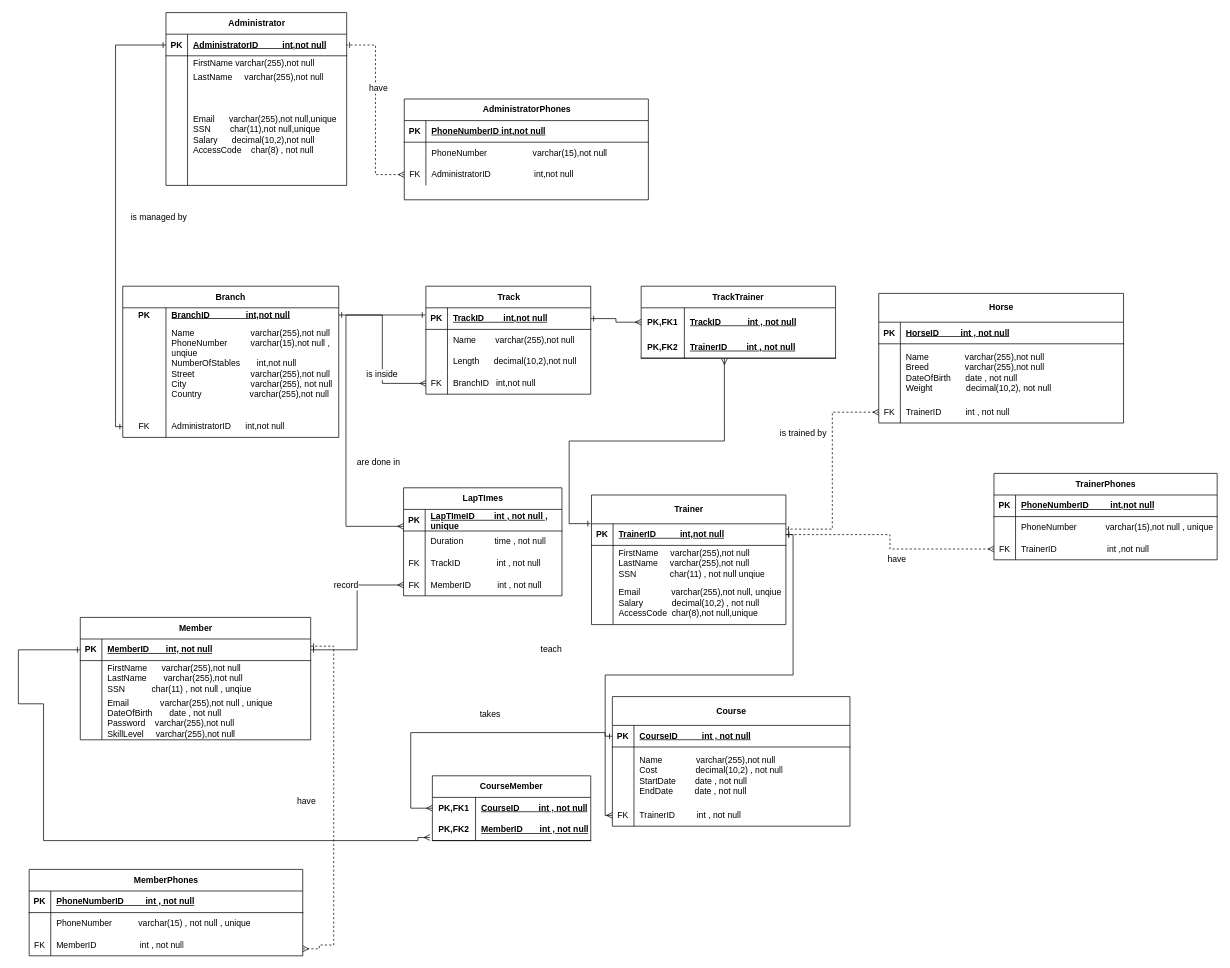
Earlier version of the draw.io diagram page "Page-1" (1 of 2) of Untitled Diagram.drawio (obreinx/JAYA). Source tidied: cells renumbered, new cells numbered last; positions are measured from the earlier drawing's top-left corner, leaving out a move shared by most shapes. Both pictures are drawn from the tidied source at 72%, with x=0, y=0 at pixel (18, 12).
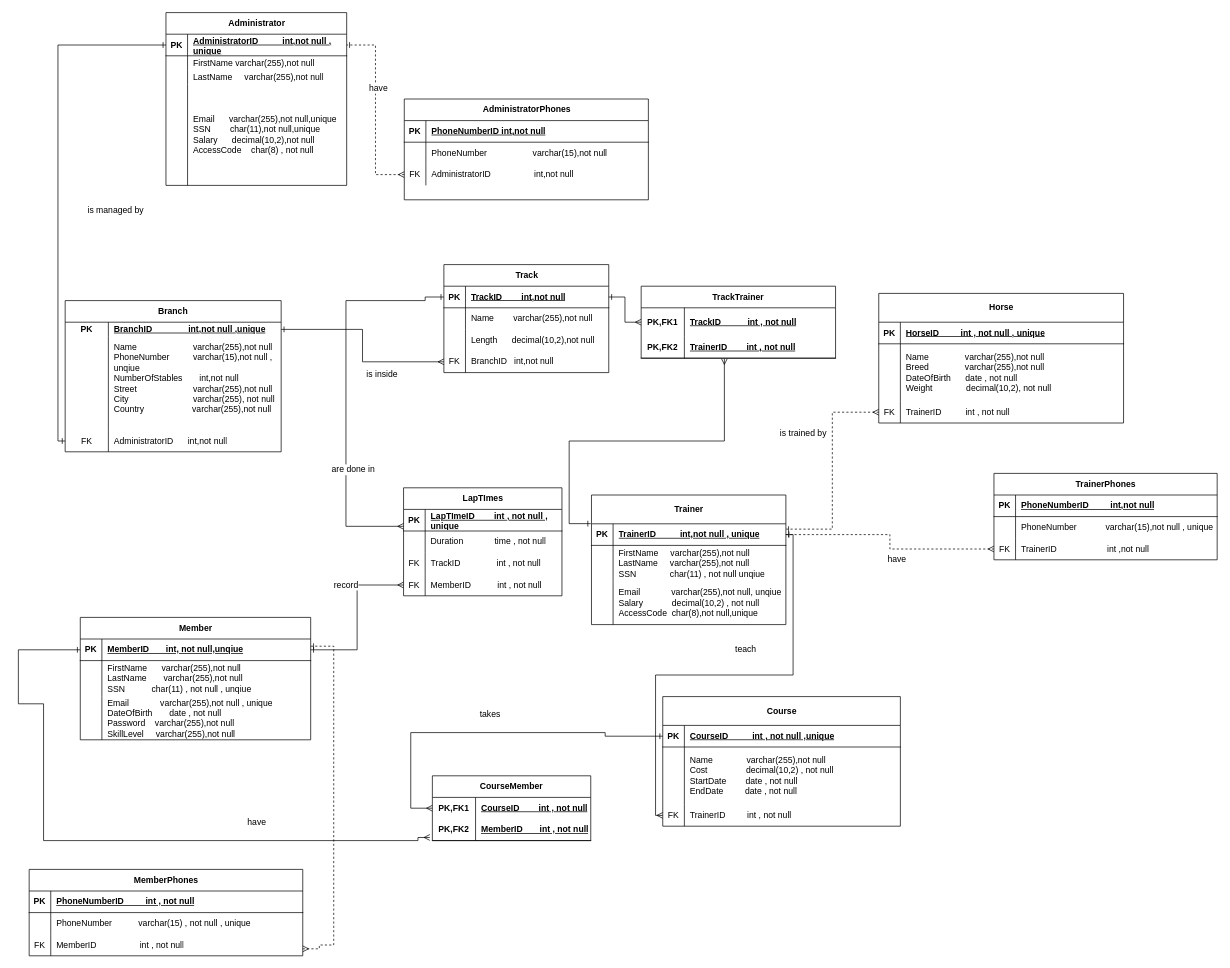
The same diagram, later.

Unchanged cells that the change refers to:
```xml
<mxCell id="3" style="shape=tableRow;horizontal=0;startSize=0;swimlaneHead=0;swimlaneBody=0;fillColor=none;points=[[0,0.5],[1,0.5]];portConstraint=eastwest;top=0;left=0;right=0;bottom=0;html=1;" parent="2" vertex="1">
  <mxGeometry y="30" width="300" height="20" as="geometry" />
</mxCell>
<mxCell id="13" style="shape=tableRow;horizontal=0;startSize=0;swimlaneHead=0;swimlaneBody=0;fillColor=none;points=[[0,0.5],[1,0.5]];portConstraint=eastwest;top=0;left=0;right=0;bottom=1;" parent="12" vertex="1">
  <mxGeometry y="30" width="251" height="30" as="geometry" />
</mxCell>
<mxCell id="36" style="shape=tableRow;horizontal=0;startSize=0;swimlaneHead=0;swimlaneBody=0;fillColor=none;points=[[0,0.5],[1,0.5]];portConstraint=eastwest;top=0;left=0;right=0;bottom=1;" parent="35" vertex="1">
  <mxGeometry y="30" width="229" height="30" as="geometry" />
</mxCell>
<mxCell id="49" style="shape=tableRow;horizontal=0;startSize=0;swimlaneHead=0;swimlaneBody=0;fillColor=none;points=[[0,0.5],[1,0.5]];portConstraint=eastwest;top=0;left=0;right=0;bottom=1;" parent="48" vertex="1">
  <mxGeometry y="40" width="270" height="30" as="geometry" />
</mxCell>
<mxCell id="86" style="shape=tableRow;horizontal=0;startSize=0;swimlaneHead=0;swimlaneBody=0;fillColor=none;points=[[0,0.5],[1,0.5]];portConstraint=eastwest;top=0;left=0;right=0;bottom=1;" parent="85" vertex="1">
  <mxGeometry y="30" width="320" height="30" as="geometry" />
</mxCell>
<mxCell id="96" style="shape=tableRow;horizontal=0;startSize=0;swimlaneHead=0;swimlaneBody=0;fillColor=none;top=0;left=0;right=0;bottom=1;" parent="95" vertex="1">
  <mxGeometry y="40" width="340" height="30" as="geometry" />
</mxCell>
<mxCell id="106" style="shape=tableRow;horizontal=0;startSize=0;swimlaneHead=0;swimlaneBody=0;fillColor=none;points=[[0,0.5],[1,0.5]];portConstraint=eastwest;top=0;left=0;right=0;bottom=1;" parent="105" vertex="1">
  <mxGeometry y="40" width="330" height="30" as="geometry" />
</mxCell>
```

Change to the diagram source:
```diff
@@
     <mxCell id="2" value="&lt;font face=&quot;Helvetica&quot;&gt;Branch&lt;/font&gt;" style="shape=table;startSize=30;childLayout=tableLayout;rowLines=0;fontStyle=1;align=center;html=1;whiteSpace=wrap;" parent="1" vertex="1">
-      <mxGeometry x="145" y="380" width="300" height="210" as="geometry" />
+      <mxGeometry x="65" y="400" width="300" height="210" as="geometry" />
     </mxCell>
@@
-    <mxCell id="5" value="&lt;code&gt;&lt;font face=&quot;Helvetica&quot;&gt;BranchID&amp;nbsp;&amp;nbsp;&amp;nbsp;&amp;nbsp;&amp;nbsp;&amp;nbsp;&amp;nbsp;&amp;nbsp;&amp;nbsp;&amp;nbsp;&amp;nbsp;&amp;nbsp;&amp;nbsp;&amp;nbsp; int,not null&lt;/font&gt;&lt;/code&gt;" style="shape=partialRectangle;fillColor=none;top=0;left=0;bottom=0;right=0;align=left;spacingLeft=6;fontStyle=5;overflow=hidden;html=1;whiteSpace=wrap;" parent="3" vertex="1">
+    <mxCell id="5" value="&lt;code&gt;&lt;font face=&quot;Helvetica&quot;&gt;BranchID&amp;nbsp;&amp;nbsp;&amp;nbsp;&amp;nbsp;&amp;nbsp;&amp;nbsp;&amp;nbsp;&amp;nbsp;&amp;nbsp;&amp;nbsp;&amp;nbsp;&amp;nbsp;&amp;nbsp;&amp;nbsp; int,not null&lt;/font&gt;&lt;/code&gt; ,unique" style="shape=partialRectangle;fillColor=none;top=0;left=0;bottom=0;right=0;align=left;spacingLeft=6;fontStyle=5;overflow=hidden;html=1;whiteSpace=wrap;" parent="3" vertex="1">
       <mxGeometry x="60" width="240" height="20" as="geometry" />
     </mxCell>
@@
-    <mxCell id="15" value="AdministratorID&amp;nbsp;&amp;nbsp;&amp;nbsp;&amp;nbsp;&amp;nbsp;&amp;nbsp;&amp;nbsp;&amp;nbsp;&amp;nbsp; int,not null" style="shape=partialRectangle;fillColor=none;top=0;left=0;bottom=0;right=0;align=left;spacingLeft=6;fontStyle=5;overflow=hidden;whiteSpace=wrap;html=1;" parent="13" vertex="1">
+    <mxCell id="15" value="AdministratorID&amp;nbsp;&amp;nbsp;&amp;nbsp;&amp;nbsp;&amp;nbsp;&amp;nbsp;&amp;nbsp;&amp;nbsp;&amp;nbsp; int,not null , unique" style="shape=partialRectangle;fillColor=none;top=0;left=0;bottom=0;right=0;align=left;spacingLeft=6;fontStyle=5;overflow=hidden;whiteSpace=wrap;html=1;" parent="13" vertex="1">
       <mxGeometry x="30" width="221" height="30" as="geometry" />
     </mxCell>
@@
     <mxCell id="35" value="Track" style="shape=table;startSize=30;childLayout=tableLayout;rowLines=0;fontStyle=1;align=center;html=1;" parent="1" vertex="1">
-      <mxGeometry x="566" y="380" width="229" height="150" as="geometry" />
+      <mxGeometry x="591" y="350" width="229" height="150" as="geometry" />
     </mxCell>
@@
-    <mxCell id="51" value="TrainerID&amp;nbsp;&amp;nbsp;&amp;nbsp;&amp;nbsp;&amp;nbsp;&amp;nbsp;&amp;nbsp;&amp;nbsp;&amp;nbsp; int,not null" style="shape=partialRectangle;fillColor=none;top=0;left=0;bottom=0;right=0;align=left;spacingLeft=6;fontStyle=5;overflow=hidden;whiteSpace=wrap;html=1;" parent="49" vertex="1">
+    <mxCell id="51" value="TrainerID&amp;nbsp;&amp;nbsp;&amp;nbsp;&amp;nbsp;&amp;nbsp;&amp;nbsp;&amp;nbsp;&amp;nbsp;&amp;nbsp; int,not null , unique" style="shape=partialRectangle;fillColor=none;top=0;left=0;bottom=0;right=0;align=left;spacingLeft=6;fontStyle=5;overflow=hidden;whiteSpace=wrap;html=1;" parent="49" vertex="1">
       <mxGeometry x="30" width="240" height="30" as="geometry" />
     </mxCell>
@@
-    <mxCell id="88" value="MemberID&amp;nbsp;&amp;nbsp;&amp;nbsp;&amp;nbsp;&amp;nbsp;&amp;nbsp; int, not null " style="shape=partialRectangle;fillColor=none;top=0;left=0;bottom=0;right=0;align=left;spacingLeft=6;fontStyle=5;overflow=hidden;whiteSpace=wrap;html=1;" parent="86" vertex="1">
+    <mxCell id="88" value="MemberID&amp;nbsp;&amp;nbsp;&amp;nbsp;&amp;nbsp;&amp;nbsp;&amp;nbsp; int, not null,unqiue" style="shape=partialRectangle;fillColor=none;top=0;left=0;bottom=0;right=0;align=left;spacingLeft=6;fontStyle=5;overflow=hidden;whiteSpace=wrap;html=1;" parent="86" vertex="1">
       <mxGeometry x="30" width="290" height="30" as="geometry" />
     </mxCell>
@@
-    <mxCell id="98" value="HorseID&amp;nbsp;&amp;nbsp;&amp;nbsp;&amp;nbsp;&amp;nbsp;&amp;nbsp;&amp;nbsp;&amp;nbsp; int , not null" style="shape=partialRectangle;fillColor=none;top=0;left=0;bottom=0;right=0;align=left;spacingLeft=6;fontStyle=5;overflow=hidden;whiteSpace=wrap;html=1;" parent="96" vertex="1">
+    <mxCell id="98" value="HorseID&amp;nbsp;&amp;nbsp;&amp;nbsp;&amp;nbsp;&amp;nbsp;&amp;nbsp;&amp;nbsp;&amp;nbsp; int , not null , unique" style="shape=partialRectangle;fillColor=none;top=0;left=0;bottom=0;right=0;align=left;spacingLeft=6;fontStyle=5;overflow=hidden;whiteSpace=wrap;html=1;" parent="96" vertex="1">
       <mxGeometry x="30" width="310" height="30" as="geometry" />
     </mxCell>
@@
     <mxCell id="105" value="Course" style="shape=table;startSize=40;childLayout=tableLayout;rowLines=0;fontStyle=1;align=center;html=1;" parent="1" vertex="1">
-      <mxGeometry x="825" y="950" width="330" height="180" as="geometry" />
+      <mxGeometry x="895" y="950" width="330" height="180" as="geometry" />
     </mxCell>
@@
-    <mxCell id="108" value="CourseID&amp;nbsp;&amp;nbsp;&amp;nbsp;&amp;nbsp;&amp;nbsp;&amp;nbsp;&amp;nbsp;&amp;nbsp;&amp;nbsp; int , not null" style="shape=partialRectangle;fillColor=none;top=0;left=0;bottom=0;right=0;align=left;spacingLeft=6;fontStyle=5;overflow=hidden;whiteSpace=wrap;html=1;" parent="106" vertex="1">
+    <mxCell id="108" value="CourseID&amp;nbsp;&amp;nbsp;&amp;nbsp;&amp;nbsp;&amp;nbsp;&amp;nbsp;&amp;nbsp;&amp;nbsp;&amp;nbsp; int , not null ,unique" style="shape=partialRectangle;fillColor=none;top=0;left=0;bottom=0;right=0;align=left;spacingLeft=6;fontStyle=5;overflow=hidden;whiteSpace=wrap;html=1;" parent="106" vertex="1">
       <mxGeometry x="30" width="300" height="30" as="geometry" />
     </mxCell>
@@
-    <mxCell id="147" style="fontSize=12;html=1;endArrow=ERone;startArrow=ERmany;rounded=0;strokeColor=default;align=center;verticalAlign=middle;fontFamily=Helvetica;fontColor=default;labelBackgroundColor=default;startFill=0;endFill=0;edgeStyle=orthogonalEdgeStyle;" parent="1" edge="1">
+    <mxCell id="147" style="fontSize=12;html=1;endArrow=ERone;startArrow=ERmany;rounded=0;strokeColor=default;align=center;verticalAlign=middle;fontFamily=Helvetica;fontColor=default;labelBackgroundColor=default;startFill=0;endFill=0;edgeStyle=orthogonalEdgeStyle;entryX=0;entryY=0.5;entryDx=0;entryDy=0;" parent="1" edge="1" target="36">
       <mxGeometry relative="1" as="geometry">
         <mxPoint x="535" y="713.5" as="sourcePoint" />
-        <mxPoint x="565" y="420" as="targetPoint" />
         <Array as="points">
-          <mxPoint x="455" y="713.5" />
-          <mxPoint x="455" y="420.5" />
+          <mxPoint x="455" y="713" />
+          <mxPoint x="455" y="400" />
+          <mxPoint x="565" y="400" />
+          <mxPoint x="565" y="395" />
         </Array>
       </mxGeometry>
     </mxCell>
@@
     <mxCell id="152" value="have" style="text;html=1;align=center;verticalAlign=middle;strokeColor=none;fillColor=none;fontFamily=Helvetica;fontSize=12;fontColor=default;labelBackgroundColor=default;" parent="1" vertex="1">
-      <mxGeometry x="375" y="1080" width="50" height="30" as="geometry" />
+      <mxGeometry x="305.5" y="1110" width="50" height="30" as="geometry" />
     </mxCell>
     <mxCell id="153" value="teach" style="text;html=1;align=center;verticalAlign=middle;strokeColor=none;fillColor=none;fontFamily=Helvetica;fontSize=12;fontColor=default;labelBackgroundColor=default;" parent="1" vertex="1">
-      <mxGeometry x="715" y="870" width="50" height="30" as="geometry" />
+      <mxGeometry x="985" y="870" width="50" height="30" as="geometry" />
     </mxCell>
@@
     <mxCell id="156" value="are done in " style="text;html=1;align=center;verticalAlign=middle;strokeColor=none;fillColor=none;fontFamily=Helvetica;fontSize=12;fontColor=default;labelBackgroundColor=default;" parent="1" vertex="1">
-      <mxGeometry x="460" y="610" width="80" height="30" as="geometry" />
+      <mxGeometry x="425" y="620" width="80" height="30" as="geometry" />
     </mxCell>
     <mxCell id="157" value="is managed by " style="text;html=1;align=center;verticalAlign=middle;strokeColor=none;fillColor=none;fontFamily=Helvetica;fontSize=12;fontColor=default;labelBackgroundColor=default;" parent="1" vertex="1">
-      <mxGeometry x="145" y="270" width="100" height="30" as="geometry" />
+      <mxGeometry x="85" y="260" width="100" height="30" as="geometry" />
     </mxCell>
```
